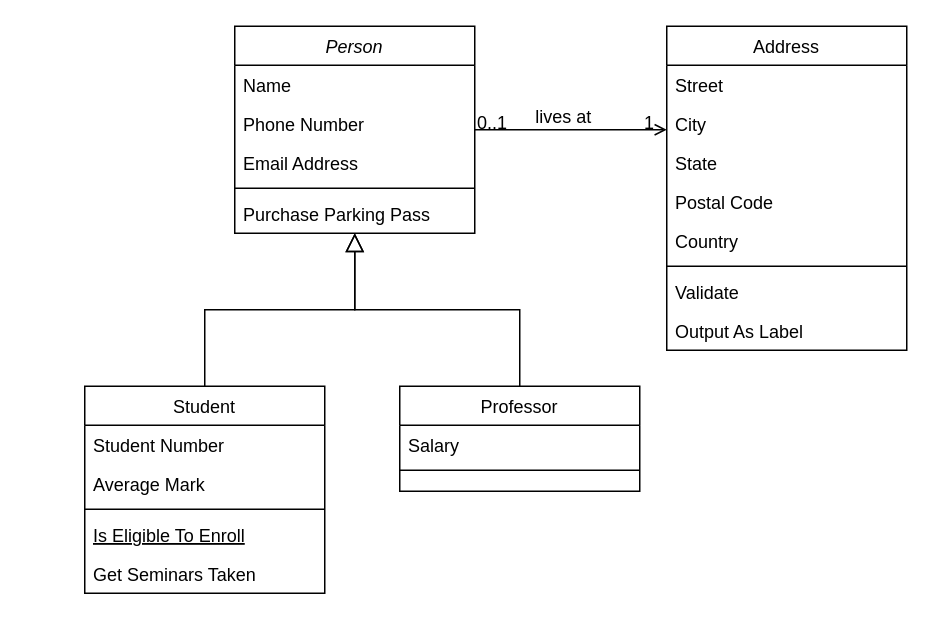
Before: Диаграмма без названия.drawio in Kostey2204/GpsApp, a draw.io diagram. Source tidied: cells renumbered, new cells numbered last; positions are measured from the earlier drawing's top-left corner, leaving out a move shared by most shapes. Both pictures are drawn from the tidied source at 150%, with x=0, y=0 at pixel (84, 26).
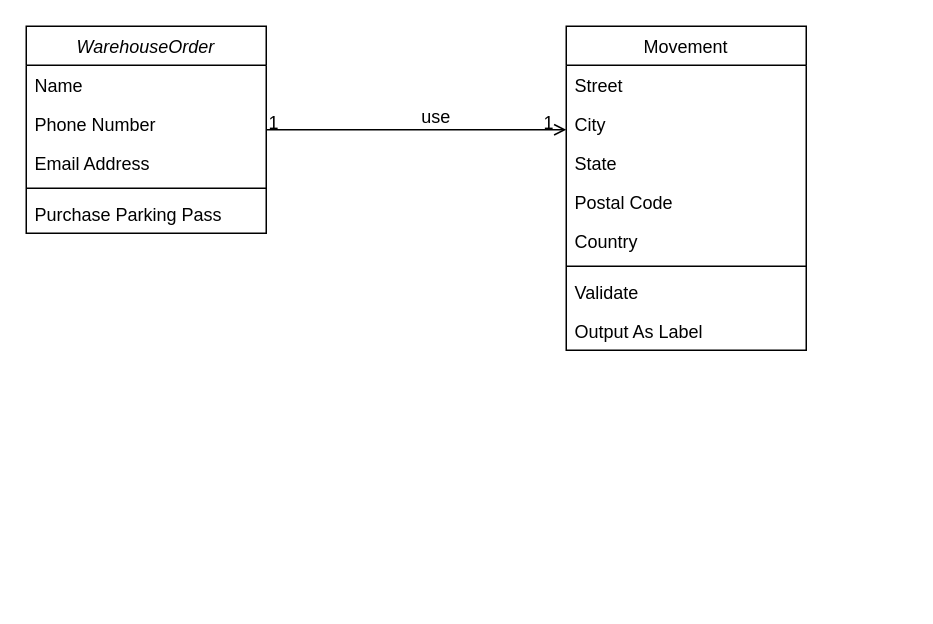
After the change.

The change refers to these unchanged cells:
```xml
<mxCell id="28" style="endArrow=open;shadow=0;strokeWidth=1;rounded=0;curved=0;endFill=1;edgeStyle=elbowEdgeStyle;elbow=vertical;" parent="1" edge="1" source="2" target="19">
  <mxGeometry x="0.5" y="41" relative="1" as="geometry">
    <mxPoint x="-40" y="32" as="offset" />
  </mxGeometry>
</mxCell>
```

Change to the diagram source:
```diff
@@
-    <mxCell id="2" value="Person" style="swimlane;fontStyle=2;align=center;verticalAlign=top;horizontal=1;startSize=26;rounded=0;shadow=0;strokeWidth=1;" parent="1" vertex="1">
-      <mxGeometry x="100" width="160" height="138" as="geometry" />
+    <mxCell id="2" value="WarehouseOrder" style="swimlane;fontStyle=2;align=center;verticalAlign=top;horizontal=1;startSize=26;rounded=0;shadow=0;strokeWidth=1;" parent="1" vertex="1">
+      <mxGeometry x="-39" width="160" height="138" as="geometry" />
     </mxCell>
@@
-    <mxCell id="8" value="Student" style="swimlane;fontStyle=0;align=center;verticalAlign=top;horizontal=1;startSize=26;rounded=0;shadow=0;strokeWidth=1;" parent="1" vertex="1">
-      <mxGeometry y="240" width="160" height="138" as="geometry" />
-    </mxCell>
-    <mxCell id="9" value="Student Number" style="text;align=left;verticalAlign=top;spacingLeft=4;spacingRight=4;overflow=hidden;" parent="8" vertex="1">
-      <mxGeometry y="26" width="160" height="26" as="geometry" />
-    </mxCell>
-    <mxCell id="10" value="Average Mark" style="text;align=left;verticalAlign=top;spacingLeft=4;spacingRight=4;overflow=hidden;rounded=0;shadow=0;html=0;" parent="8" vertex="1">
-      <mxGeometry y="52" width="160" height="26" as="geometry" />
-    </mxCell>
-    <mxCell id="11" style="line;html=1;strokeWidth=1;align=left;verticalAlign=middle;spacingTop=-1;spacingLeft=3;spacingRight=3;labelPosition=right;" parent="8" vertex="1">
-      <mxGeometry y="78" width="160" height="8" as="geometry" />
-    </mxCell>
-    <mxCell id="12" value="Is Eligible To Enroll" style="text;align=left;verticalAlign=top;spacingLeft=4;spacingRight=4;overflow=hidden;fontStyle=4;" parent="8" vertex="1">
-      <mxGeometry y="86" width="160" height="26" as="geometry" />
-    </mxCell>
-    <mxCell id="13" value="Get Seminars Taken" style="text;align=left;verticalAlign=top;spacingLeft=4;spacingRight=4;overflow=hidden;" parent="8" vertex="1">
-      <mxGeometry y="112" width="160" height="26" as="geometry" />
-    </mxCell>
-    <mxCell id="14" style="endArrow=block;endSize=10;endFill=0;shadow=0;strokeWidth=1;rounded=0;curved=0;edgeStyle=elbowEdgeStyle;elbow=vertical;" parent="1" edge="1" source="8" target="2">
-      <mxGeometry relative="1" as="geometry" />
-    </mxCell>
-    <mxCell id="15" value="Professor" style="swimlane;fontStyle=0;align=center;verticalAlign=top;horizontal=1;startSize=26;rounded=0;shadow=0;strokeWidth=1;" parent="1" vertex="1">
-      <mxGeometry x="210" y="240" width="160" height="70" as="geometry" />
-    </mxCell>
-    <mxCell id="16" value="Salary" style="text;align=left;verticalAlign=top;spacingLeft=4;spacingRight=4;overflow=hidden;" parent="15" vertex="1">
-      <mxGeometry y="26" width="160" height="26" as="geometry" />
-    </mxCell>
-    <mxCell id="17" style="line;html=1;strokeWidth=1;align=left;verticalAlign=middle;spacingTop=-1;spacingLeft=3;spacingRight=3;labelPosition=right;" parent="15" vertex="1">
-      <mxGeometry y="52" width="160" height="8" as="geometry" />
-    </mxCell>
-    <mxCell id="18" style="endArrow=block;endSize=10;endFill=0;shadow=0;strokeWidth=1;rounded=0;curved=0;edgeStyle=elbowEdgeStyle;elbow=vertical;" parent="1" edge="1" source="15" target="2">
-      <mxGeometry relative="1" as="geometry" />
-    </mxCell>
-    <mxCell id="19" value="Address" style="swimlane;fontStyle=0;align=center;verticalAlign=top;horizontal=1;startSize=26;rounded=0;shadow=0;strokeWidth=1;" parent="1" vertex="1">
-      <mxGeometry x="388" width="160" height="216" as="geometry" />
+    <mxCell id="19" value="Movement" style="swimlane;fontStyle=0;align=center;verticalAlign=top;horizontal=1;startSize=26;rounded=0;shadow=0;strokeWidth=1;" parent="1" vertex="1">
+      <mxGeometry x="321" width="160" height="216" as="geometry" />
     </mxCell>
@@
-    <mxCell id="29" value="0..1" style="align=left;verticalAlign=bottom;labelBackgroundColor=none;fontSize=12;" parent="28" vertex="1">
+    <mxCell id="29" value="1" style="align=left;verticalAlign=bottom;labelBackgroundColor=none;fontSize=12;" parent="28" vertex="1">
       <mxGeometry x="-1" relative="1" as="geometry">
         <mxPoint y="4" as="offset" />
       </mxGeometry>
     </mxCell>
@@
-    <mxCell id="31" value="lives at" style="text;html=1;align=center;verticalAlign=middle;labelBackgroundColor=none;rounded=0;shadow=0;strokeWidth=1;fontSize=12;" parent="28" vertex="1">
+    <mxCell id="31" value="use" style="text;html=1;align=center;verticalAlign=middle;labelBackgroundColor=none;rounded=0;shadow=0;strokeWidth=1;fontSize=12;" parent="28" vertex="1">
       <mxGeometry x="0.5" y="49" relative="1" as="geometry">
         <mxPoint x="-38" y="40" as="offset" />
       </mxGeometry>
     </mxCell>
```
